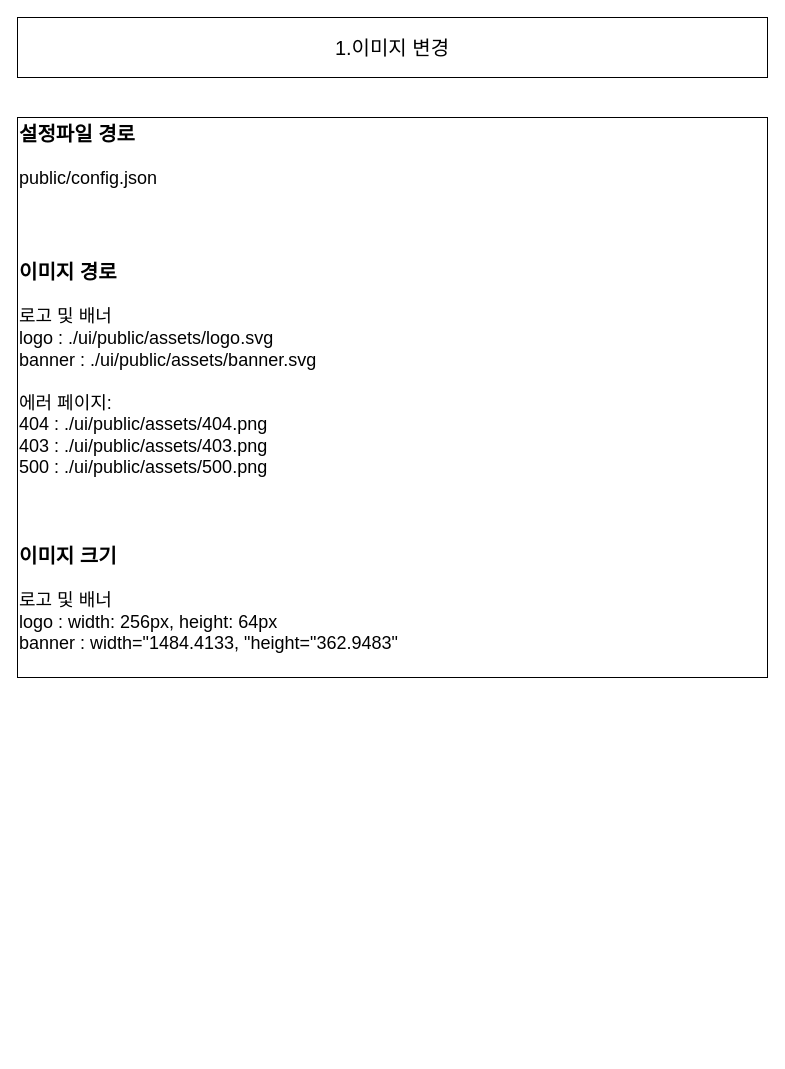
stardom3645/wiki keeps this draw.io diagram as primateUI-customize.drawio. Above is the earlier version. Source tidied: cells renumbered, new cells numbered last; positions are measured from the earlier drawing's top-left corner, leaving out a move shared by most shapes. Both pictures are drawn from the tidied source at 100%, with x=0, y=0 at pixel (17, 17).
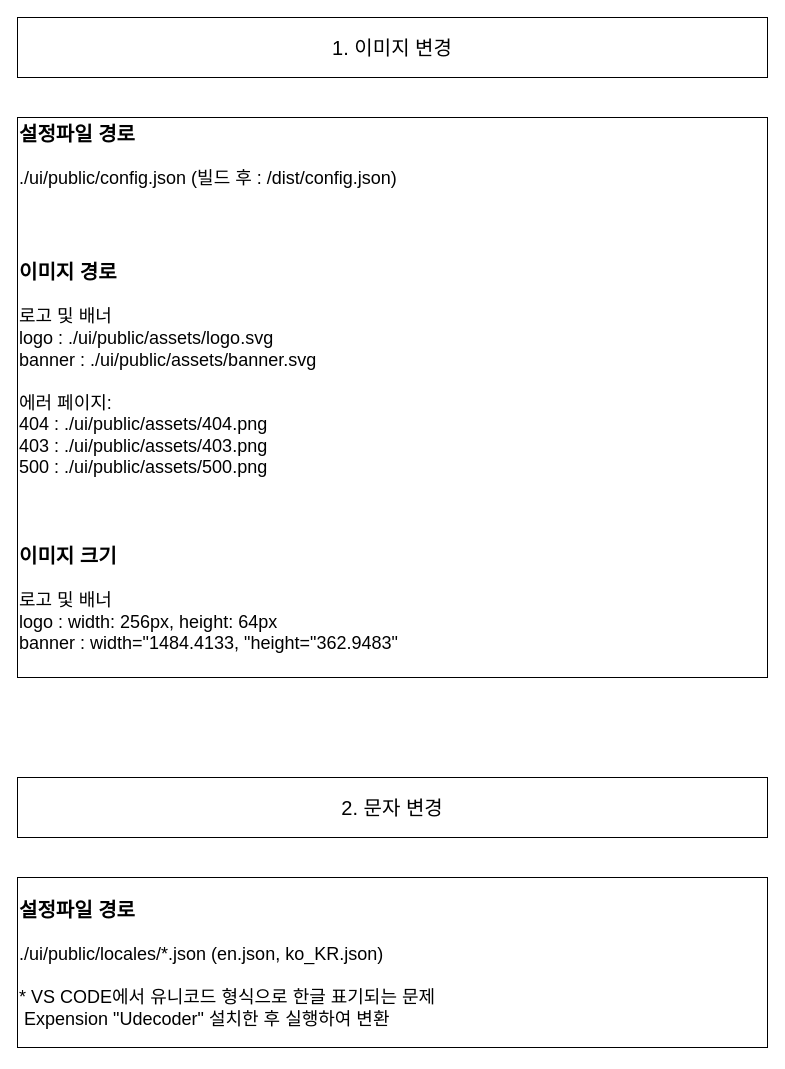
Above is the later version.

The edit, as a diff of the source:
```diff
@@
 <mxGraphModel background="#ffffff">
   <root>
     <mxCell id="0" />
     <mxCell id="1" parent="0" />
-    <mxCell id="2" value="1.이미지 변경" style="rounded=0;whiteSpace=wrap;html=1;fontSize=20;" parent="1" vertex="1">
+    <mxCell id="2" value="1. 이미지 변경" style="rounded=0;whiteSpace=wrap;html=1;fontSize=20;" parent="1" vertex="1">
       <mxGeometry width="750" height="60" as="geometry" />
     </mxCell>
-    <mxCell id="3" value="&lt;div&gt;&lt;div&gt;&lt;b&gt;&lt;font style=&quot;font-size: 20px&quot;&gt;&lt;br&gt;&lt;/font&gt;&lt;/b&gt;&lt;/div&gt;&lt;div&gt;&lt;div&gt;&lt;b&gt;&lt;font style=&quot;font-size: 20px&quot;&gt;설정파일 경로&lt;/font&gt;&lt;/b&gt;&lt;/div&gt;&lt;div&gt;&lt;br&gt;&lt;/div&gt;&lt;div&gt;public/config.json&lt;br&gt;&lt;/div&gt;&lt;/div&gt;&lt;div&gt;&lt;br&gt;&lt;/div&gt;&lt;div&gt;&lt;b&gt;&lt;font style=&quot;font-size: 20px&quot;&gt;&lt;br&gt;&lt;/font&gt;&lt;/b&gt;&lt;/div&gt;&lt;div&gt;&lt;b&gt;&lt;font style=&quot;font-size: 20px&quot;&gt;&lt;br&gt;&lt;/font&gt;&lt;/b&gt;&lt;/div&gt;&lt;div&gt;&lt;b&gt;&lt;font style=&quot;font-size: 20px&quot;&gt;이미지 경로&lt;/font&gt;&lt;/b&gt;&lt;/div&gt;&lt;div style=&quot;font-size: 18px&quot;&gt;&lt;br&gt;&lt;/div&gt;&lt;div style=&quot;font-size: 18px&quot;&gt;로고 및 배너&lt;/div&gt;&lt;div style=&quot;font-size: 18px&quot;&gt;logo : ./ui/public/assets/logo.svg&lt;/div&gt;&lt;div style=&quot;font-size: 18px&quot;&gt;banner : ./ui/public/assets/banner.svg&lt;/div&gt;&lt;div style=&quot;font-size: 18px&quot;&gt;&amp;nbsp;&amp;nbsp;&lt;/div&gt;&lt;div style=&quot;font-size: 18px&quot;&gt;에러 페이지:&lt;/div&gt;&lt;div style=&quot;font-size: 18px&quot;&gt;404 : ./ui/public/assets/404.png&lt;/div&gt;&lt;div style=&quot;font-size: 18px&quot;&gt;403 : ./ui/public/assets/403.png&lt;/div&gt;&lt;div style=&quot;font-size: 18px&quot;&gt;500 : ./ui/public/assets/500.png&lt;/div&gt;&lt;/div&gt;&lt;div style=&quot;font-size: 18px&quot;&gt;&lt;br&gt;&lt;/div&gt;&lt;div style=&quot;font-size: 18px&quot;&gt;&lt;br&gt;&lt;/div&gt;&lt;div style=&quot;font-size: 18px&quot;&gt;&lt;br&gt;&lt;/div&gt;&lt;div style=&quot;font-size: 18px&quot;&gt;&lt;div&gt;&lt;span style=&quot;font-size: 20px&quot;&gt;&lt;b&gt;이미지 크기&lt;/b&gt;&lt;/span&gt;&lt;/div&gt;&lt;div&gt;&lt;span&gt;&lt;br&gt;&lt;/span&gt;&lt;/div&gt;&lt;div&gt;&lt;span&gt;로고 및 배너&lt;/span&gt;&lt;br&gt;&lt;/div&gt;&lt;div&gt;logo : width: 256px, height: 64px&lt;/div&gt;&lt;div&gt;banner : width=&quot;1484.4133, &quot;height=&quot;362.9483&quot;&lt;/div&gt;&lt;div&gt;&amp;nbsp;&amp;nbsp;&lt;/div&gt;&lt;div&gt;&lt;br&gt;&lt;/div&gt;&lt;/div&gt;" style="rounded=0;whiteSpace=wrap;html=1;fontSize=18;align=left;" parent="1" vertex="1">
+    <mxCell id="3" value="&lt;div&gt;&lt;div&gt;&lt;b&gt;&lt;font style=&quot;font-size: 20px&quot;&gt;&lt;br&gt;&lt;/font&gt;&lt;/b&gt;&lt;/div&gt;&lt;div&gt;&lt;div&gt;&lt;b&gt;&lt;font style=&quot;font-size: 20px&quot;&gt;설정파일 경로&lt;/font&gt;&lt;/b&gt;&lt;/div&gt;&lt;div&gt;&lt;br&gt;&lt;/div&gt;&lt;div&gt;./ui/public/config.json (빌드 후 : /dist/config.json)&lt;br&gt;&lt;/div&gt;&lt;/div&gt;&lt;div&gt;&lt;br&gt;&lt;/div&gt;&lt;div&gt;&lt;b&gt;&lt;font style=&quot;font-size: 20px&quot;&gt;&lt;br&gt;&lt;/font&gt;&lt;/b&gt;&lt;/div&gt;&lt;div&gt;&lt;b&gt;&lt;font style=&quot;font-size: 20px&quot;&gt;&lt;br&gt;&lt;/font&gt;&lt;/b&gt;&lt;/div&gt;&lt;div&gt;&lt;b&gt;&lt;font style=&quot;font-size: 20px&quot;&gt;이미지 경로&lt;/font&gt;&lt;/b&gt;&lt;/div&gt;&lt;div style=&quot;font-size: 18px&quot;&gt;&lt;br&gt;&lt;/div&gt;&lt;div style=&quot;font-size: 18px&quot;&gt;로고 및 배너&lt;/div&gt;&lt;div style=&quot;font-size: 18px&quot;&gt;logo : ./ui/public/assets/logo.svg&lt;/div&gt;&lt;div style=&quot;font-size: 18px&quot;&gt;banner : ./ui/public/assets/banner.svg&lt;/div&gt;&lt;div style=&quot;font-size: 18px&quot;&gt;&amp;nbsp;&amp;nbsp;&lt;/div&gt;&lt;div style=&quot;font-size: 18px&quot;&gt;에러 페이지:&lt;/div&gt;&lt;div style=&quot;font-size: 18px&quot;&gt;404 : ./ui/public/assets/404.png&lt;/div&gt;&lt;div style=&quot;font-size: 18px&quot;&gt;403 : ./ui/public/assets/403.png&lt;/div&gt;&lt;div style=&quot;font-size: 18px&quot;&gt;500 : ./ui/public/assets/500.png&lt;/div&gt;&lt;/div&gt;&lt;div style=&quot;font-size: 18px&quot;&gt;&lt;br&gt;&lt;/div&gt;&lt;div style=&quot;font-size: 18px&quot;&gt;&lt;br&gt;&lt;/div&gt;&lt;div style=&quot;font-size: 18px&quot;&gt;&lt;br&gt;&lt;/div&gt;&lt;div style=&quot;font-size: 18px&quot;&gt;&lt;div&gt;&lt;span style=&quot;font-size: 20px&quot;&gt;&lt;b&gt;이미지 크기&lt;/b&gt;&lt;/span&gt;&lt;/div&gt;&lt;div&gt;&lt;span&gt;&lt;br&gt;&lt;/span&gt;&lt;/div&gt;&lt;div&gt;&lt;span&gt;로고 및 배너&lt;/span&gt;&lt;br&gt;&lt;/div&gt;&lt;div&gt;logo : width: 256px, height: 64px&lt;/div&gt;&lt;div&gt;banner : width=&quot;1484.4133, &quot;height=&quot;362.9483&quot;&lt;/div&gt;&lt;div&gt;&amp;nbsp;&amp;nbsp;&lt;/div&gt;&lt;div&gt;&lt;br&gt;&lt;/div&gt;&lt;/div&gt;" style="rounded=0;whiteSpace=wrap;html=1;fontSize=18;align=left;" parent="1" vertex="1">
       <mxGeometry y="100" width="750" height="560" as="geometry" />
     </mxCell>
+    <mxCell id="4" value="2. 문자 변경" style="rounded=0;whiteSpace=wrap;html=1;fontSize=20;" parent="1" vertex="1">
+      <mxGeometry y="760" width="750" height="60" as="geometry" />
+    </mxCell>
+    <mxCell id="5" value="&lt;div&gt;&lt;div&gt;&lt;b&gt;&lt;font style=&quot;font-size: 20px&quot;&gt;&lt;br&gt;&lt;/font&gt;&lt;/b&gt;&lt;/div&gt;&lt;div&gt;&lt;div&gt;&lt;b&gt;&lt;font style=&quot;font-size: 20px&quot;&gt;설정파일 경로&lt;/font&gt;&lt;/b&gt;&lt;/div&gt;&lt;div&gt;&lt;br&gt;&lt;/div&gt;&lt;div&gt;&lt;span&gt;./ui/&lt;/span&gt;public/locales/*.json (en.json, ko_KR.json)&lt;/div&gt;&lt;/div&gt;&lt;div&gt;&lt;br&gt;&lt;/div&gt;&lt;div&gt;* VS CODE에서 유니코드 형식으로 한글 표기되는 문제&lt;/div&gt;&lt;div&gt;&amp;nbsp;Expension &quot;Udecoder&quot; 설치한 후 실행하여 변환&lt;/div&gt;&lt;div&gt;&lt;br&gt;&lt;/div&gt;&lt;/div&gt;" style="rounded=0;whiteSpace=wrap;html=1;fontSize=18;align=left;" parent="1" vertex="1">
+      <mxGeometry y="860" width="750" height="170" as="geometry" />
+    </mxCell>
   </root>
 </mxGraphModel>
```
